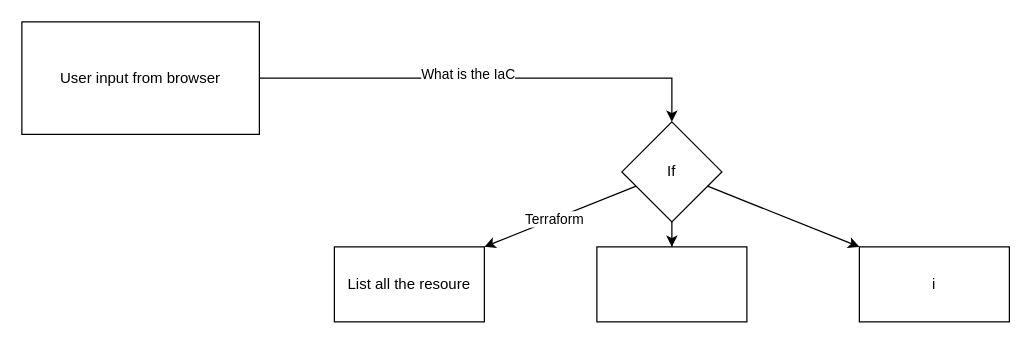
rakeshmohapatra/diagrams keeps this draw.io diagram as page "Page-1" (1 of 2) of techExplorers.drawio. Above is the earlier version. Source tidied: cells renumbered, new cells numbered last; positions are measured from the earlier drawing's top-left corner, leaving out a move shared by most shapes. Both pictures are drawn from the tidied source at 125%, with x=0, y=0 at pixel (21, 21).
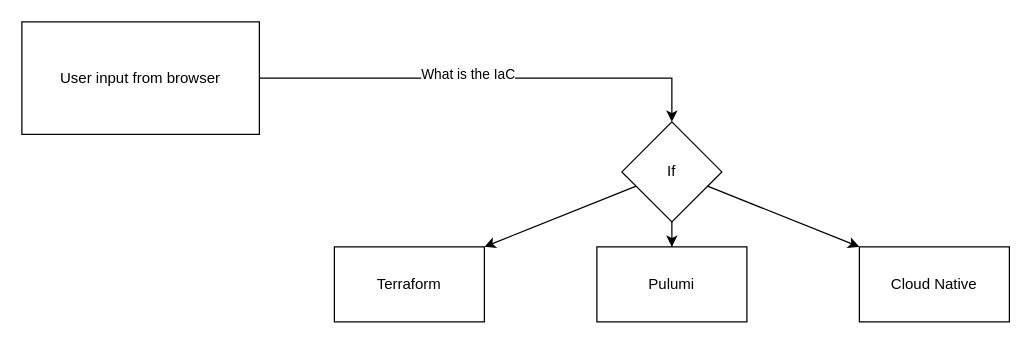
The same page after the edit.

Diff of the diagram source:
```diff
@@
 <mxGraphModel>
   <root>
     <mxCell id="0" />
     <mxCell id="1" parent="0" />
     <mxCell id="2" style="edgeStyle=orthogonalEdgeStyle;rounded=0;jettySize=auto;html=1;entryX=0.5;entryY=0;entryDx=0;entryDy=0;" parent="1" edge="1" source="4" target="8">
       <mxGeometry relative="1" as="geometry" />
     </mxCell>
     <mxCell id="3" value="What is the IaC" style="edgeLabel;html=1;align=center;verticalAlign=middle;" parent="2" vertex="1">
       <mxGeometry x="-0.09" y="4" relative="1" as="geometry" />
     </mxCell>
     <mxCell id="4" value="User input from browser" style="rounded=0;whiteSpace=wrap;html=1;" parent="1" vertex="1">
       <mxGeometry width="190" height="90" as="geometry" />
     </mxCell>
     <mxCell id="5" style="rounded=0;jettySize=auto;html=1;entryX=1;entryY=0;entryDx=0;entryDy=0;" parent="1" edge="1" source="8" target="9">
       <mxGeometry relative="1" as="geometry" />
     </mxCell>
-    <mxCell id="6" value="Terraform" style="edgeLabel;html=1;align=center;verticalAlign=middle;" parent="5" vertex="1">
-      <mxGeometry x="0.09" relative="1" as="geometry" />
-    </mxCell>
     <mxCell id="7" style="edgeStyle=orthogonalEdgeStyle;rounded=0;jettySize=auto;html=1;" parent="1" edge="1" source="8" target="10">
       <mxGeometry relative="1" as="geometry" />
     </mxCell>
     <mxCell id="8" value="If" style="rhombus;whiteSpace=wrap;html=1;" parent="1" vertex="1">
       <mxGeometry x="480" y="80" width="80" height="80" as="geometry" />
     </mxCell>
-    <mxCell id="9" value="List all the resoure" style="rounded=0;whiteSpace=wrap;html=1;" parent="1" vertex="1">
+    <mxCell id="9" value="Terraform" style="rounded=0;whiteSpace=wrap;html=1;" parent="1" vertex="1">
       <mxGeometry x="250" y="180" width="120" height="60" as="geometry" />
     </mxCell>
-    <mxCell id="10" style="rounded=0;whiteSpace=wrap;html=1;" parent="1" vertex="1">
+    <mxCell id="10" value="Pulumi" style="rounded=0;whiteSpace=wrap;html=1;" parent="1" vertex="1">
       <mxGeometry x="460" y="180" width="120" height="60" as="geometry" />
     </mxCell>
-    <mxCell id="11" value="i" style="rounded=0;whiteSpace=wrap;html=1;" parent="1" vertex="1">
+    <mxCell id="11" value="Cloud Native" style="rounded=0;whiteSpace=wrap;html=1;" parent="1" vertex="1">
       <mxGeometry x="670" y="180" width="120" height="60" as="geometry" />
     </mxCell>
     <mxCell id="12" style="rounded=0;jettySize=auto;html=1;entryX=0;entryY=0;entryDx=0;entryDy=0;" parent="1" edge="1" source="8" target="11">
       <mxGeometry relative="1" as="geometry" />
     </mxCell>
   </root>
 </mxGraphModel>
```
